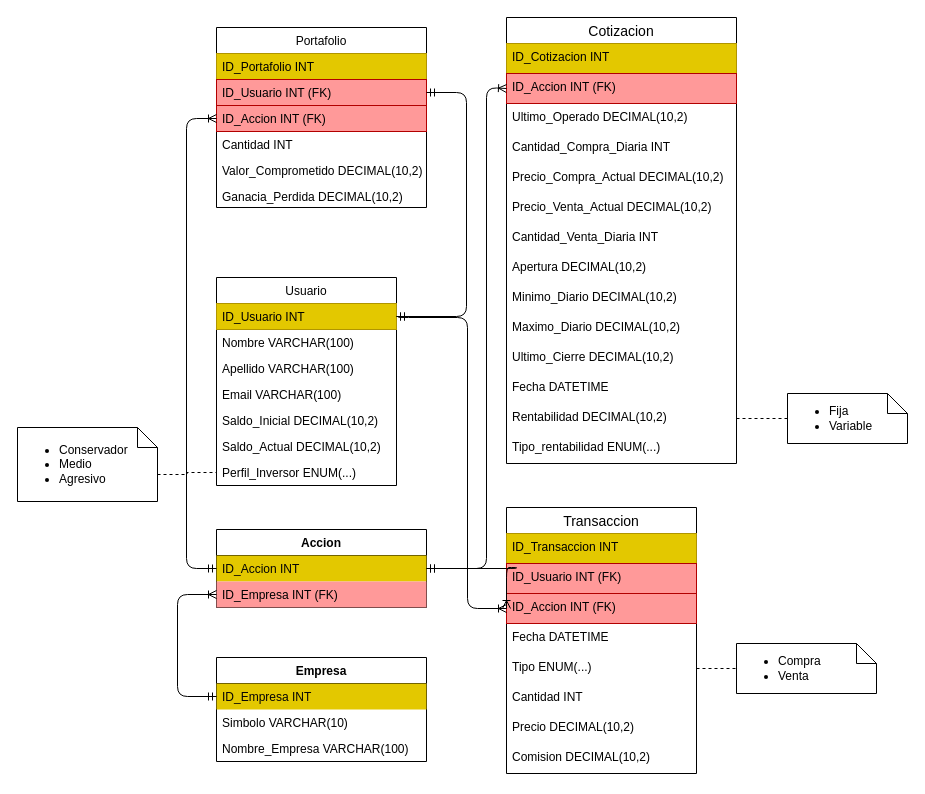
Earlier version of the draw.io diagram base_de_datos/proyecto.drawio (ispc-team-13/argBrokerDemo). Source tidied: cells renumbered, new cells numbered last; positions are measured from the earlier drawing's top-left corner, leaving out a move shared by most shapes. Both pictures are drawn from the tidied source at 100%, with x=0, y=0 at pixel (17, 17).
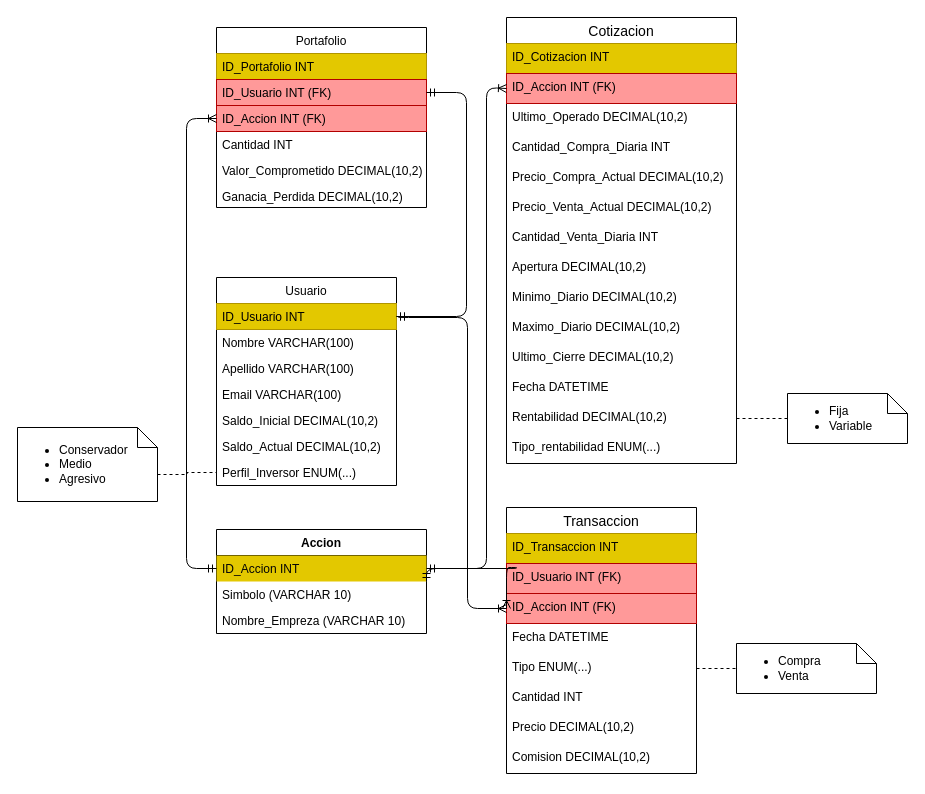
The same page after the edit.

Commit message:
cambios en la tabla accion

What changed in the source:
```diff
@@
     <mxCell id="43" value="Accion" style="swimlane;fontStyle=1;align=center;verticalAlign=top;horizontal=1;startSize=26;" parent="1" vertex="1">
-      <mxGeometry x="199" y="512" width="210" height="78" as="geometry" />
+      <mxGeometry x="199" y="512" width="210" height="104" as="geometry" />
     </mxCell>
@@
-    <mxCell id="45" value="ID_Empresa INT (FK)" style="text;strokeColor=none;fillColor=#FF9999;align=left;verticalAlign=top;spacingLeft=4;spacingRight=4;overflow=hidden;points=[[0,0.5],[1,0.5]];portConstraint=eastwest;" parent="43" vertex="1">
+    <mxCell id="45" value="Simbolo (VARCHAR 10)" style="text;strokeColor=none;fillColor=none;align=left;verticalAlign=top;spacingLeft=4;spacingRight=4;overflow=hidden;points=[[0,0.5],[1,0.5]];portConstraint=eastwest;" parent="43" vertex="1">
       <mxGeometry y="52" width="210" height="26" as="geometry" />
     </mxCell>
+    <mxCell id="60" value="Nombre_Empreza (VARCHAR 10)" style="text;strokeColor=none;fillColor=none;align=left;verticalAlign=top;spacingLeft=4;spacingRight=4;overflow=hidden;" parent="43" vertex="1">
+      <mxGeometry y="78" width="210" height="26" as="geometry" />
+    </mxCell>
@@
-    <mxCell id="49" value="Empresa" style="swimlane;fontStyle=1;align=center;verticalAlign=top;horizontal=1;startSize=26;" parent="1" vertex="1">
-      <mxGeometry x="199" y="640" width="210" height="104" as="geometry" />
-    </mxCell>
-    <mxCell id="50" value="ID_Empresa INT" style="text;strokeColor=none;fillColor=#e3c800;align=left;verticalAlign=top;spacingLeft=4;spacingRight=4;overflow=hidden;points=[[0,0.5],[1,0.5]];portConstraint=eastwest;fontColor=#050505;" parent="49" vertex="1">
-      <mxGeometry y="26" width="210" height="26" as="geometry" />
-    </mxCell>
-    <mxCell id="51" value="Simbolo VARCHAR(10)" style="text;strokeColor=none;fillColor=none;align=left;verticalAlign=top;spacingLeft=4;spacingRight=4;overflow=hidden;" parent="49" vertex="1">
-      <mxGeometry y="52" width="210" height="26" as="geometry" />
-    </mxCell>
-    <mxCell id="52" value="Nombre_Empresa VARCHAR(100)" style="text;strokeColor=none;fillColor=none;align=left;verticalAlign=top;spacingLeft=4;spacingRight=4;overflow=hidden;" parent="49" vertex="1">
-      <mxGeometry y="78" width="210" height="26" as="geometry" />
-    </mxCell>
-    <mxCell id="53" style="fontSize=12;html=1;endArrow=ERoneToMany;startArrow=ERmandOne;edgeStyle=orthogonalEdgeStyle;entryX=0;entryY=0.5;entryDx=0;entryDy=0;exitX=0;exitY=0.5;exitDx=0;exitDy=0;" parent="1" edge="1" source="50" target="45">
-      <mxGeometry relative="1" as="geometry">
-        <Array as="points">
-          <mxPoint x="160" y="679" />
-          <mxPoint x="160" y="577" />
-        </Array>
-      </mxGeometry>
-    </mxCell>
```
